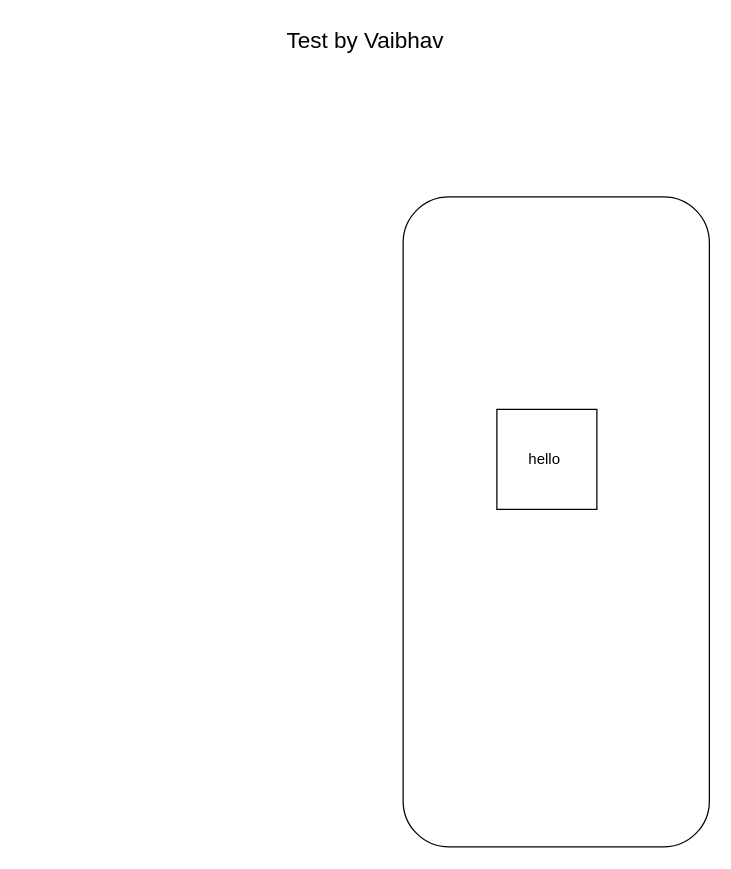
The draw.io diagram test.drawio in Vaibhav-G-Parmar/Chronicle-Your-Ultimate-Travel-Companion, before the edit. Source tidied: cells renumbered, new cells numbered last; positions are measured from the earlier drawing's top-left corner, leaving out a move shared by most shapes. Both pictures are drawn from the tidied source at 125%, with x=0, y=0 at pixel (234, 21).
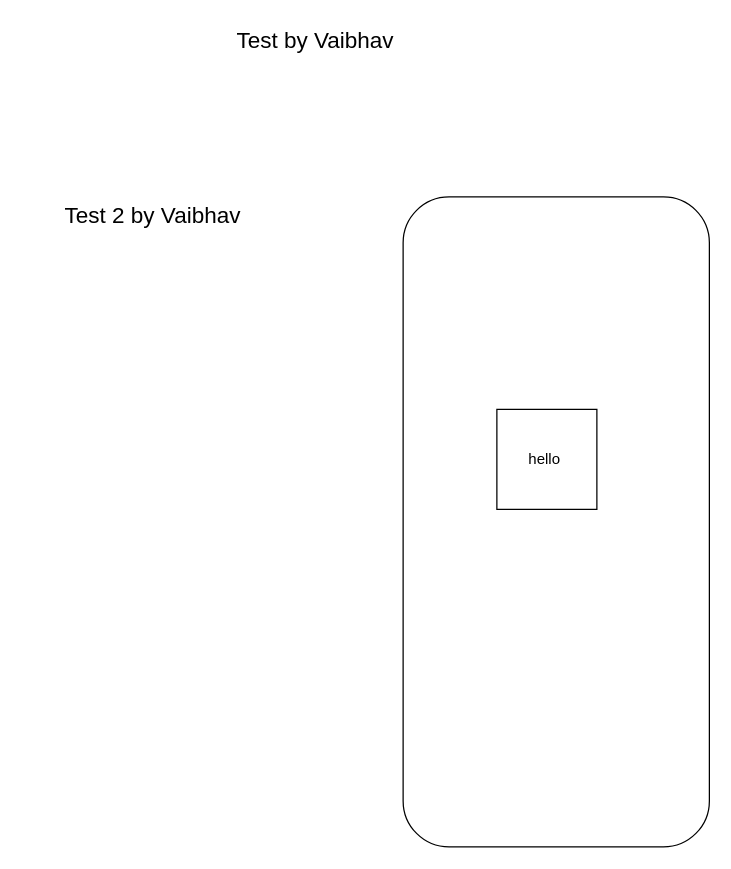
The same diagram, later.

Change to the diagram source:
```diff
@@
 <mxGraphModel>
   <root>
     <mxCell id="0" />
     <mxCell id="1" parent="0" />
     <mxCell id="2" value="&lt;font style=&quot;font-size: 18px;&quot;&gt;Test by Vaibhav&lt;/font&gt;" style="text;html=1;strokeColor=none;fillColor=none;align=center;verticalAlign=middle;whiteSpace=wrap;rounded=0;" parent="1" vertex="1">
-      <mxGeometry width="210" height="30" as="geometry" />
+      <mxGeometry x="-40" width="210" height="30" as="geometry" />
     </mxCell>
     <mxCell id="3" style="rounded=1;whiteSpace=wrap;html=1;" parent="1" vertex="1">
       <mxGeometry x="135" y="140" width="245" height="520" as="geometry" />
     </mxCell>
     <mxCell id="4" value="hello&amp;nbsp;" style="whiteSpace=wrap;html=1;" parent="1" vertex="1">
       <mxGeometry x="210" y="310" width="80" height="80" as="geometry" />
     </mxCell>
+    <mxCell id="5" value="&lt;font style=&quot;font-size: 18px;&quot;&gt;Test 2 by Vaibhav&lt;/font&gt;" style="text;html=1;strokeColor=none;fillColor=none;align=center;verticalAlign=middle;whiteSpace=wrap;rounded=0;" parent="1" vertex="1">
+      <mxGeometry x="-170" y="140" width="210" height="30" as="geometry" />
+    </mxCell>
   </root>
 </mxGraphModel>
```
